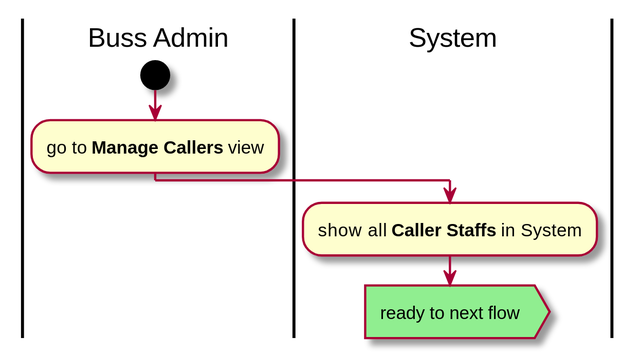
tungdduy/funixCP keeps this PlantUML diagram as Documents/working/Giap/usecases_and_flow_charts/list_of_caller_staffs.svg. Above is the earlier version.
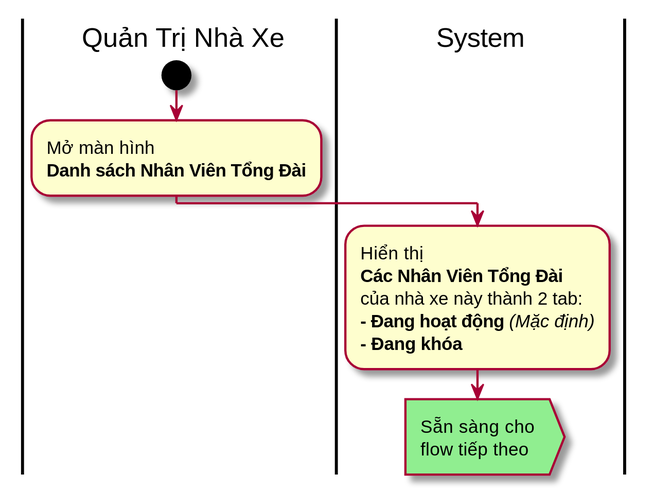
Later version of the same file.

Change to the diagram source:
```diff
@@ -1,11 +1,20 @@
 @startuml
 skinparam dpi 200
 
-|Buss Admin|
-start
-:go to <b>Manage Callers</b> view;
+|Buss Admin| Quản Trị Nhà Xe
+	start
+
+	:Mở màn hình
+	<b>Danh sách Nhân Viên Tổng Đài</b>;
 
 |System|
-:show all <b>Caller Staffs</b> in System;
-#lightgreen:ready to next flow>
+
+	:Hiển thị
+	<b>Các Nhân Viên Tổng Đài</b>
+	của nhà xe này thành 2 tab:
+	<b>- Đang hoạt động</b> <i>(Mặc định)</i>
+	<b>- Đang khóa</b>;
+
+	#lightgreen:Sẵn sàng cho
+	flow tiếp theo>
 @enduml
```
